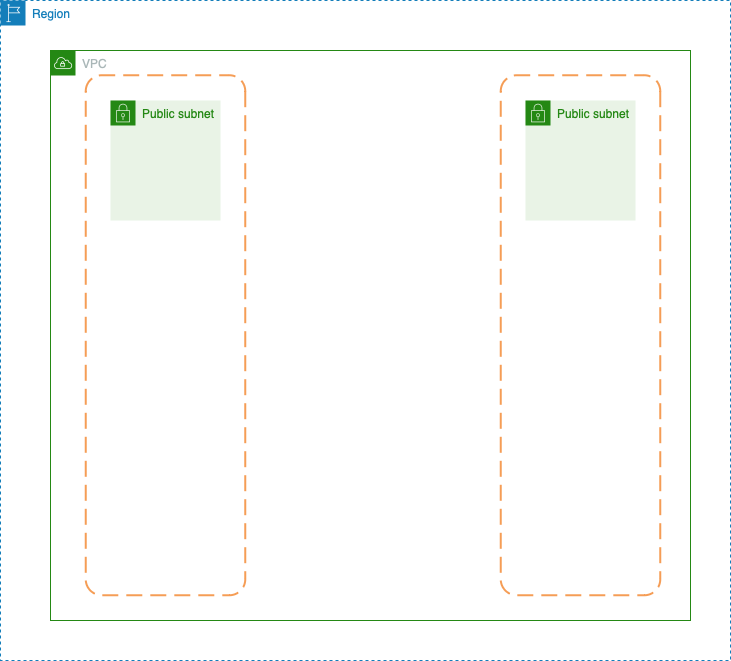
This is modules/vpc/vpc.drawio.png from Okawuma/IAC-VPC, a draw.io export, as it was before one commit. Source tidied: cells renumbered, new cells last; positions are measured from the earlier drawing's top-left corner, leaving out a move shared by most shapes.
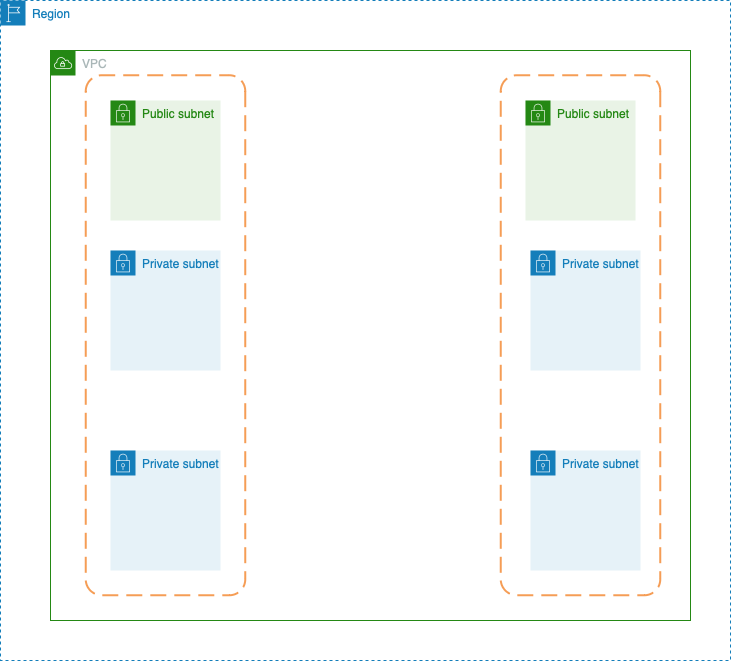
After the commit.

What changed in the source:
```diff
@@ -20,5 +20,17 @@
     <mxCell id="7" value="Public subnet" style="gradientColor=none;html=1;whiteSpace=wrap;fontSize=12;fontStyle=0;shape=mxgraph.aws4.group;grIcon=mxgraph.aws4.group_security_group;grStroke=0;strokeColor=#248814;fillColor=#E9F3E6;verticalAlign=top;align=left;spacingLeft=30;fontColor=#248814;dashed=0;" parent="3" vertex="1">
       <mxGeometry x="475" y="50" width="110" height="120" as="geometry" />
     </mxCell>
+    <mxCell id="8" value="Private subnet" style="gradientColor=none;html=1;whiteSpace=wrap;fontSize=12;fontStyle=0;shape=mxgraph.aws4.group;grIcon=mxgraph.aws4.group_security_group;grStroke=0;strokeColor=#147EBA;fillColor=#E6F2F8;verticalAlign=top;align=left;spacingLeft=30;fontColor=#147EBA;dashed=0;" parent="3" vertex="1">
+      <mxGeometry x="60" y="200" width="110" height="120" as="geometry" />
+    </mxCell>
+    <mxCell id="9" value="Private subnet" style="gradientColor=none;html=1;whiteSpace=wrap;fontSize=12;fontStyle=0;shape=mxgraph.aws4.group;grIcon=mxgraph.aws4.group_security_group;grStroke=0;strokeColor=#147EBA;fillColor=#E6F2F8;verticalAlign=top;align=left;spacingLeft=30;fontColor=#147EBA;dashed=0;" parent="3" vertex="1">
+      <mxGeometry x="60" y="400" width="110" height="120" as="geometry" />
+    </mxCell>
+    <mxCell id="10" value="Private subnet" style="gradientColor=none;html=1;whiteSpace=wrap;fontSize=12;fontStyle=0;shape=mxgraph.aws4.group;grIcon=mxgraph.aws4.group_security_group;grStroke=0;strokeColor=#147EBA;fillColor=#E6F2F8;verticalAlign=top;align=left;spacingLeft=30;fontColor=#147EBA;dashed=0;" parent="3" vertex="1">
+      <mxGeometry x="480" y="400" width="110" height="120" as="geometry" />
+    </mxCell>
+    <mxCell id="11" value="Private subnet" style="gradientColor=none;html=1;whiteSpace=wrap;fontSize=12;fontStyle=0;shape=mxgraph.aws4.group;grIcon=mxgraph.aws4.group_security_group;grStroke=0;strokeColor=#147EBA;fillColor=#E6F2F8;verticalAlign=top;align=left;spacingLeft=30;fontColor=#147EBA;dashed=0;" parent="3" vertex="1">
+      <mxGeometry x="480" y="200" width="110" height="120" as="geometry" />
+    </mxCell>
   </root>
 </mxGraphModel>
```
